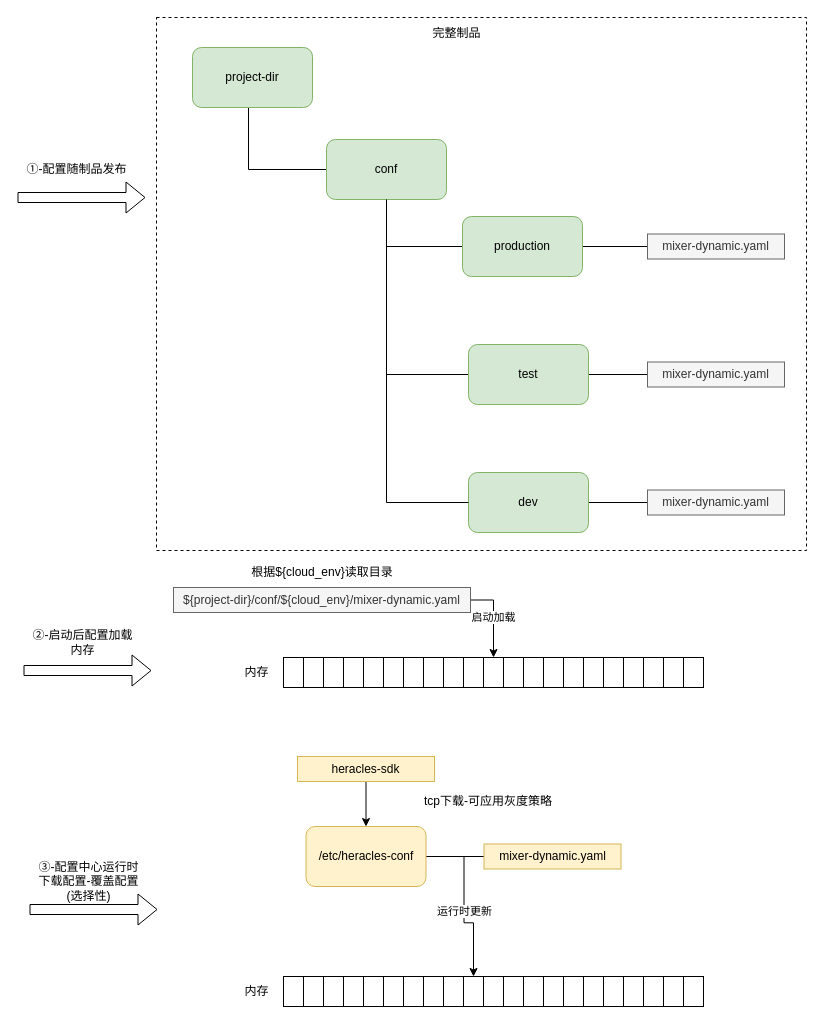
karlchan-cn/drawio-repository keeps this draw.io diagram as universal-engine/配置发布流程.drawio. Above is the earlier version. Source tidied: cells renumbered, new cells numbered last; positions are measured from the earlier drawing's top-left corner, leaving out a move shared by most shapes. Both pictures are drawn from the tidied source at 100%, with x=0, y=0 at pixel (17, 17).
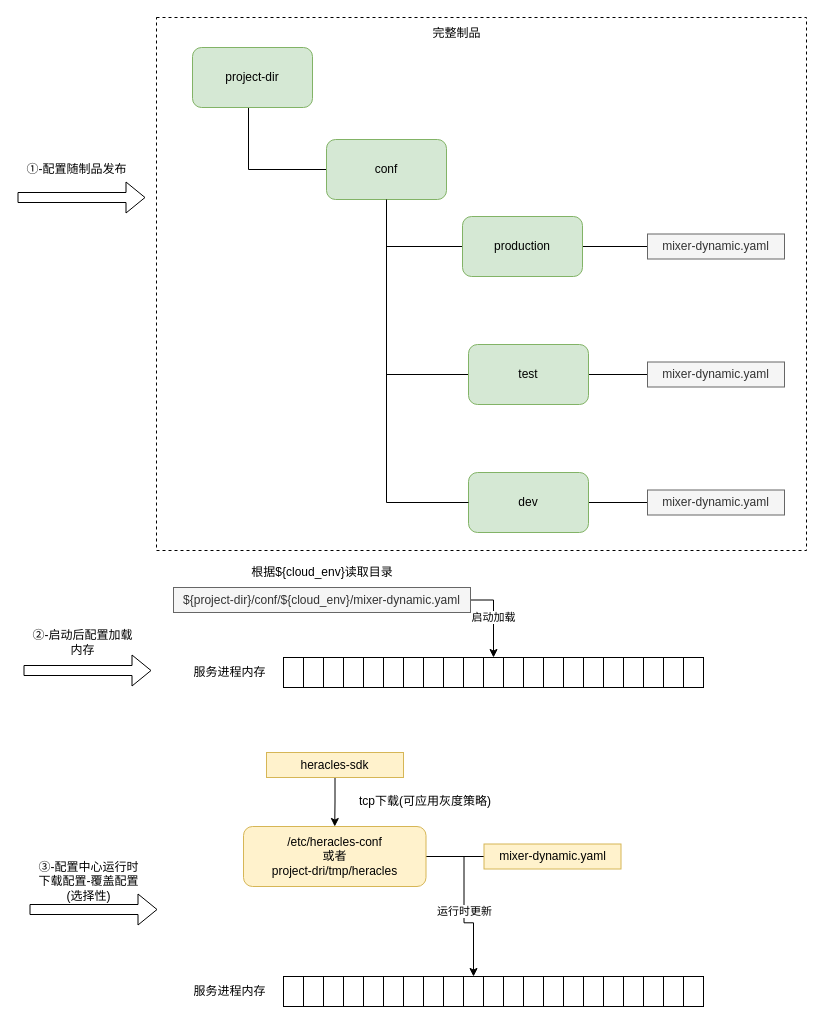
Above is the later version.

Commit message:
Update 配置发布流程.drawio

The edit, as a diff of the source:
```diff
@@
-    <mxCell id="20" value="&lt;span&gt;/etc/heracles-conf&lt;/span&gt;" style="rounded=1;whiteSpace=wrap;html=1;fillColor=#fff2cc;strokeColor=#d6b656;" parent="1" vertex="1">
-      <mxGeometry x="288.5" y="809" width="120" height="60" as="geometry" />
+    <mxCell id="20" value="&lt;span&gt;/etc/heracles-conf&lt;br&gt;或者&lt;br&gt;project-dri/tmp/heracles&lt;br&gt;&lt;/span&gt;" style="rounded=1;whiteSpace=wrap;html=1;fillColor=#fff2cc;strokeColor=#d6b656;" parent="1" vertex="1">
+      <mxGeometry x="226" y="809" width="182.5" height="60" as="geometry" />
     </mxCell>
@@
     <mxCell id="74" value="heracles-sdk" style="rounded=0;whiteSpace=wrap;html=1;fillColor=#fff2cc;strokeColor=#d6b656;" parent="1" vertex="1">
-      <mxGeometry x="280" y="739" width="137" height="25" as="geometry" />
+      <mxGeometry x="249" y="735" width="137" height="25" as="geometry" />
     </mxCell>
-    <mxCell id="75" value="tcp下载-可应用灰度策略" style="text;html=1;strokeColor=none;fillColor=none;align=center;verticalAlign=middle;whiteSpace=wrap;rounded=0;dashed=1;" parent="1" vertex="1">
-      <mxGeometry x="326" y="769" width="290" height="30" as="geometry" />
+    <mxCell id="75" value="tcp下载(可应用灰度策略)" style="text;html=1;strokeColor=none;fillColor=none;align=center;verticalAlign=middle;whiteSpace=wrap;rounded=0;dashed=1;" parent="1" vertex="1">
+      <mxGeometry x="263" y="769" width="290" height="30" as="geometry" />
     </mxCell>
-    <mxCell id="76" value="内存" style="text;html=1;strokeColor=none;fillColor=none;align=center;verticalAlign=middle;whiteSpace=wrap;rounded=0;dashed=1;" parent="1" vertex="1">
-      <mxGeometry x="186" y="640" width="107" height="30" as="geometry" />
-    </mxCell>
-    <mxCell id="77" value="内存" style="text;html=1;strokeColor=none;fillColor=none;align=center;verticalAlign=middle;whiteSpace=wrap;rounded=0;dashed=1;" parent="1" vertex="1">
-      <mxGeometry x="186" y="959" width="107" height="30" as="geometry" />
+    <mxCell id="77" value="服务进程内存" style="text;html=1;strokeColor=none;fillColor=none;align=center;verticalAlign=middle;whiteSpace=wrap;rounded=0;dashed=1;" parent="1" vertex="1">
+      <mxGeometry x="159" y="959" width="107" height="30" as="geometry" />
     </mxCell>
@@
+    <mxCell id="79" value="服务进程内存" style="text;html=1;strokeColor=none;fillColor=none;align=center;verticalAlign=middle;whiteSpace=wrap;rounded=0;dashed=1;" parent="1" vertex="1">
+      <mxGeometry x="159" y="640" width="107" height="30" as="geometry" />
+    </mxCell>
```
